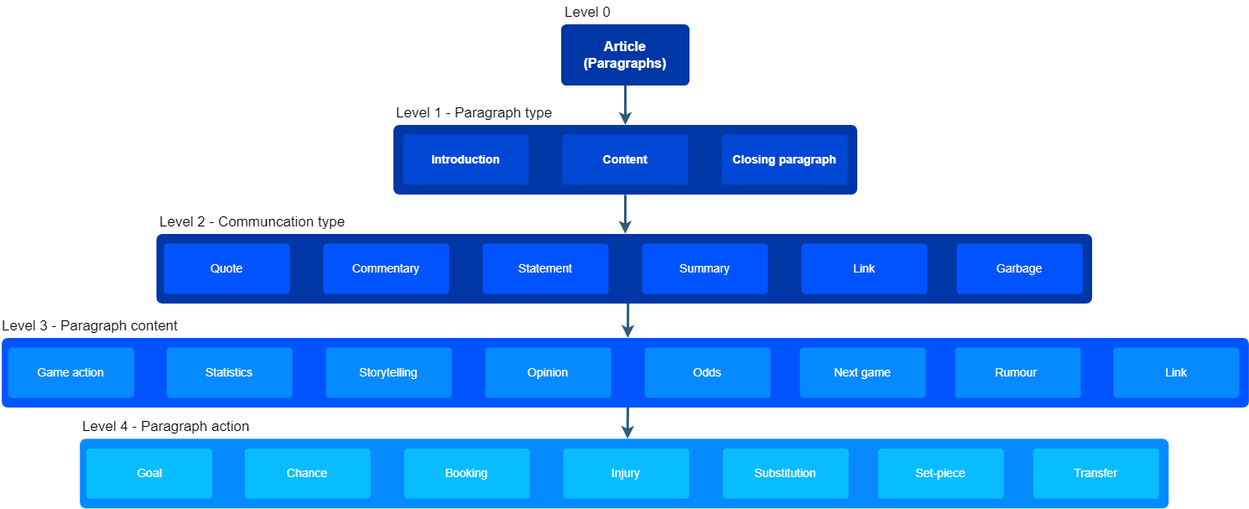
This is images/label_hierarchy.drawio.png from hellund/sports-article-classification, a draw.io export, as it was before one commit. Source tidied: cells renumbered, new cells last; positions are measured from the earlier drawing's top-left corner, leaving out a move shared by most shapes.
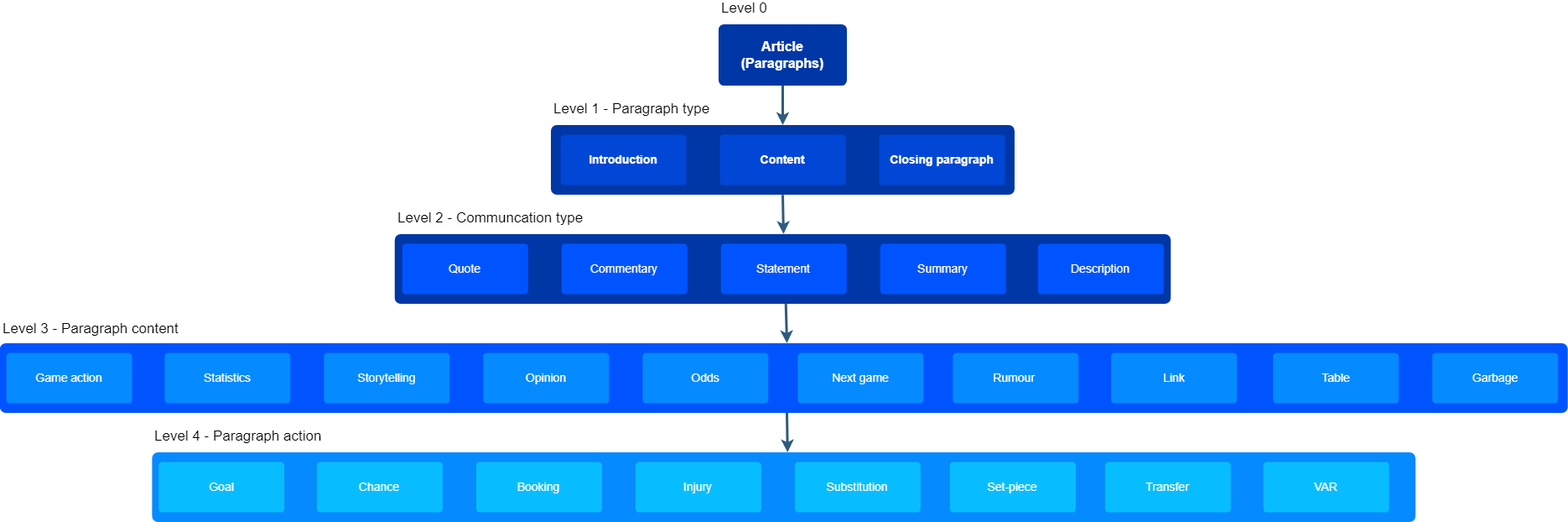
Later version of the same file.

What changed in the source:
```diff
@@ -3,7 +3,7 @@
     <mxCell id="0" />
     <mxCell id="1" parent="0" />
     <mxCell id="2" style="rounded=1;whiteSpace=wrap;html=1;shadow=0;labelBackgroundColor=none;strokeColor=#0037A6;strokeWidth=3;fillColor=#0037A6;fontFamily=Helvetica;fontSize=14;align=center;spacing=5;fontStyle=1;arcSize=7;perimeterSpacing=2;fontColor=#ffffff;" parent="1" vertex="1">
-      <mxGeometry x="187.5" y="280" width="1112.5" height="80" as="geometry" />
+      <mxGeometry x="283.8" y="280" width="922.5" height="80" as="geometry" />
     </mxCell>
     <mxCell id="3" style="rounded=1;whiteSpace=wrap;html=1;shadow=0;labelBackgroundColor=none;strokeColor=#0037A6;strokeWidth=3;fillColor=#0037A6;fontFamily=Helvetica;fontSize=14;align=center;spacing=5;fontStyle=1;arcSize=7;perimeterSpacing=2;fontColor=#ffffff;" parent="1" vertex="1">
       <mxGeometry x="470" y="150" width="550" height="80" as="geometry" />
@@ -23,98 +23,104 @@
     <mxCell id="8" style="edgeStyle=none;rounded=0;jumpStyle=none;html=1;shadow=0;labelBackgroundColor=none;startArrow=none;startFill=0;endArrow=classic;endFill=1;jettySize=auto;strokeColor=#2F5B7C;strokeWidth=3;fontFamily=Helvetica;fontSize=16;fontColor=#23445D;spacing=5;exitX=0.5;exitY=0.99;exitDx=0;exitDy=0;entryX=0.5;entryY=0.006;entryDx=0;entryDy=0;entryPerimeter=0;exitPerimeter=0;" parent="1" edge="1" source="4" target="3">
       <mxGeometry relative="1" as="geometry" />
     </mxCell>
-    <mxCell id="9" value="Garbage" style="rounded=1;whiteSpace=wrap;html=1;shadow=0;labelBackgroundColor=none;strokeColor=none;strokeWidth=3;fillColor=#0054FF;fontFamily=Helvetica;fontSize=14;fontColor=#FFFFFF;align=center;spacing=5;arcSize=7;perimeterSpacing=2;" parent="1" vertex="1">
-      <mxGeometry x="1140" y="290" width="150" height="60" as="geometry" />
-    </mxCell>
     <mxCell id="10" value="Statement" style="rounded=1;whiteSpace=wrap;html=1;shadow=0;labelBackgroundColor=none;strokeColor=none;strokeWidth=3;fillColor=#0054FF;fontFamily=Helvetica;fontSize=14;fontColor=#FFFFFF;align=center;spacing=5;arcSize=7;perimeterSpacing=2;" parent="1" vertex="1">
-      <mxGeometry x="575" y="290" width="150" height="60" as="geometry" />
+      <mxGeometry x="671.2" y="290" width="150" height="60" as="geometry" />
     </mxCell>
     <mxCell id="11" value="Commentary" style="rounded=1;whiteSpace=wrap;html=1;shadow=0;labelBackgroundColor=none;strokeColor=none;strokeWidth=3;fillColor=#0054FF;fontFamily=Helvetica;fontSize=14;fontColor=#FFFFFF;align=center;spacing=5;arcSize=7;perimeterSpacing=2;" parent="1" vertex="1">
-      <mxGeometry x="385" y="290" width="150" height="60" as="geometry" />
+      <mxGeometry x="481.2" y="290" width="150" height="60" as="geometry" />
     </mxCell>
     <mxCell id="12" value="Quote" style="rounded=1;whiteSpace=wrap;html=1;shadow=0;labelBackgroundColor=none;strokeColor=none;strokeWidth=3;fillColor=#0054FF;fontFamily=Helvetica;fontSize=14;fontColor=#FFFFFF;align=center;spacing=5;arcSize=7;perimeterSpacing=2;" parent="1" vertex="1">
-      <mxGeometry x="195" y="290" width="150" height="60" as="geometry" />
+      <mxGeometry x="291.2" y="290" width="150" height="60" as="geometry" />
     </mxCell>
-    <mxCell id="13" value="Link" style="rounded=1;whiteSpace=wrap;html=1;shadow=0;labelBackgroundColor=none;strokeColor=none;strokeWidth=3;fillColor=#0054FF;fontFamily=Helvetica;fontSize=14;fontColor=#FFFFFF;align=center;spacing=5;arcSize=7;perimeterSpacing=2;" parent="1" vertex="1">
-      <mxGeometry x="955" y="290" width="150" height="60" as="geometry" />
-    </mxCell>
     <mxCell id="14" value="Summary" style="rounded=1;whiteSpace=wrap;html=1;shadow=0;labelBackgroundColor=none;strokeColor=none;strokeWidth=3;fillColor=#0054FF;fontFamily=Helvetica;fontSize=14;fontColor=#FFFFFF;align=center;spacing=5;arcSize=7;perimeterSpacing=2;" parent="1" vertex="1">
-      <mxGeometry x="765" y="290" width="150" height="60" as="geometry" />
+      <mxGeometry x="861.2" y="290" width="150" height="60" as="geometry" />
     </mxCell>
     <mxCell id="15" style="edgeStyle=none;rounded=0;jumpStyle=none;html=1;shadow=0;labelBackgroundColor=none;startArrow=none;startFill=0;endArrow=classic;endFill=1;jettySize=auto;strokeColor=#2F5B7C;strokeWidth=3;fontFamily=Helvetica;fontSize=14;fontColor=#FFFFFF;spacing=5;entryX=0.501;entryY=0.003;entryDx=0;entryDy=0;entryPerimeter=0;exitX=0.5;exitY=0.996;exitDx=0;exitDy=0;exitPerimeter=0;" parent="1" edge="1" source="3" target="2">
       <mxGeometry relative="1" as="geometry" />
     </mxCell>
     <mxCell id="16" style="rounded=1;whiteSpace=wrap;html=1;shadow=0;labelBackgroundColor=none;strokeColor=#0054ff;strokeWidth=3;fillColor=#0054ff;fontFamily=Helvetica;fontSize=14;align=center;spacing=5;fontStyle=1;arcSize=7;perimeterSpacing=2;fontColor=#ffffff;" parent="1" vertex="1">
-      <mxGeometry x="3.1" y="404" width="1483.8" height="80" as="geometry" />
+      <mxGeometry x="-187.2" y="410" width="1866.9" height="80" as="geometry" />
     </mxCell>
     <mxCell id="17" value="Next game" style="rounded=1;whiteSpace=wrap;html=1;shadow=0;labelBackgroundColor=none;strokeColor=none;strokeWidth=3;fillColor=#058AFF;fontFamily=Helvetica;fontSize=14;fontColor=#FFFFFF;align=center;spacing=5;arcSize=7;perimeterSpacing=2;" parent="1" vertex="1">
-      <mxGeometry x="953.1" y="414" width="150" height="60" as="geometry" />
+      <mxGeometry x="762.8" y="420" width="150" height="60" as="geometry" />
     </mxCell>
     <mxCell id="18" value="Storytelling" style="rounded=1;whiteSpace=wrap;html=1;shadow=0;labelBackgroundColor=none;strokeColor=none;strokeWidth=3;fillColor=#058AFF;fontFamily=Helvetica;fontSize=14;fontColor=#FFFFFF;align=center;spacing=5;arcSize=7;perimeterSpacing=2;" parent="1" vertex="1">
-      <mxGeometry x="388.1" y="414" width="150" height="60" as="geometry" />
+      <mxGeometry x="197.8" y="420" width="150" height="60" as="geometry" />
     </mxCell>
     <mxCell id="19" value="Statistics" style="rounded=1;whiteSpace=wrap;html=1;shadow=0;labelBackgroundColor=none;strokeColor=none;strokeWidth=3;fillColor=#058AFF;fontFamily=Helvetica;fontSize=14;fontColor=#FFFFFF;align=center;spacing=5;arcSize=7;perimeterSpacing=2;" parent="1" vertex="1">
-      <mxGeometry x="198.1" y="414" width="150" height="60" as="geometry" />
+      <mxGeometry x="7.8" y="420" width="150" height="60" as="geometry" />
     </mxCell>
     <mxCell id="20" value="Game action" style="rounded=1;whiteSpace=wrap;html=1;shadow=0;labelBackgroundColor=none;strokeColor=none;strokeWidth=3;fillColor=#058AFF;fontFamily=Helvetica;fontSize=14;fontColor=#FFFFFF;align=center;spacing=5;arcSize=7;perimeterSpacing=2;" parent="1" vertex="1">
-      <mxGeometry x="9.4" y="414" width="150" height="60" as="geometry" />
+      <mxGeometry x="-180.9" y="420" width="150" height="60" as="geometry" />
     </mxCell>
     <mxCell id="21" value="Odds" style="rounded=1;whiteSpace=wrap;html=1;shadow=0;labelBackgroundColor=none;strokeColor=none;strokeWidth=3;fillColor=#058AFF;fontFamily=Helvetica;fontSize=14;fontColor=#FFFFFF;align=center;spacing=5;arcSize=7;perimeterSpacing=2;" parent="1" vertex="1">
-      <mxGeometry x="768.1" y="414" width="150" height="60" as="geometry" />
+      <mxGeometry x="577.8" y="420" width="150" height="60" as="geometry" />
     </mxCell>
     <mxCell id="22" value="Opinion" style="rounded=1;whiteSpace=wrap;html=1;shadow=0;labelBackgroundColor=none;strokeColor=none;strokeWidth=3;fillColor=#058AFF;fontFamily=Helvetica;fontSize=14;fontColor=#FFFFFF;align=center;spacing=5;arcSize=7;perimeterSpacing=2;" parent="1" vertex="1">
-      <mxGeometry x="578.1" y="414" width="150" height="60" as="geometry" />
+      <mxGeometry x="387.8" y="420" width="150" height="60" as="geometry" />
     </mxCell>
     <mxCell id="23" value="Rumour&amp;nbsp;" style="rounded=1;whiteSpace=wrap;html=1;shadow=0;labelBackgroundColor=none;strokeColor=none;strokeWidth=3;fillColor=#058AFF;fontFamily=Helvetica;fontSize=14;fontColor=#FFFFFF;align=center;spacing=5;arcSize=7;perimeterSpacing=2;" parent="1" vertex="1">
-      <mxGeometry x="1138.1" y="414" width="150" height="60" as="geometry" />
+      <mxGeometry x="947.8" y="420" width="150" height="60" as="geometry" />
     </mxCell>
     <mxCell id="24" style="rounded=1;whiteSpace=wrap;html=1;shadow=0;labelBackgroundColor=none;strokeColor=#058aff;strokeWidth=3;fillColor=#058AFF;fontFamily=Helvetica;fontSize=14;align=center;spacing=5;fontStyle=1;arcSize=7;perimeterSpacing=2;fontColor=#ffffff;" parent="1" vertex="1">
-      <mxGeometry x="96.2" y="524.3" width="1295" height="80" as="geometry" />
+      <mxGeometry x="-5.6" y="540" width="1503.8" height="80" as="geometry" />
     </mxCell>
     <mxCell id="25" value="Set-piece" style="rounded=1;whiteSpace=wrap;html=1;shadow=0;labelBackgroundColor=none;strokeColor=none;strokeWidth=3;fillColor=#08BDFF;fontFamily=Helvetica;fontSize=14;fontColor=#FFFFFF;align=center;spacing=5;arcSize=7;perimeterSpacing=2;" parent="1" vertex="1">
-      <mxGeometry x="1046.2" y="534.3" width="150" height="60" as="geometry" />
+      <mxGeometry x="944.4" y="550" width="150" height="60" as="geometry" />
     </mxCell>
     <mxCell id="26" value="Booking" style="rounded=1;whiteSpace=wrap;html=1;shadow=0;labelBackgroundColor=none;strokeColor=none;strokeWidth=3;fillColor=#08BDFF;fontFamily=Helvetica;fontSize=14;fontColor=#FFFFFF;align=center;spacing=5;arcSize=7;perimeterSpacing=2;" parent="1" vertex="1">
-      <mxGeometry x="481.2" y="534.3" width="150" height="60" as="geometry" />
+      <mxGeometry x="379.4" y="550" width="150" height="60" as="geometry" />
     </mxCell>
     <mxCell id="27" value="Chance" style="rounded=1;whiteSpace=wrap;html=1;shadow=0;labelBackgroundColor=none;strokeColor=none;strokeWidth=3;fillColor=#08BDFF;fontFamily=Helvetica;fontSize=14;fontColor=#FFFFFF;align=center;spacing=5;arcSize=7;perimeterSpacing=2;" parent="1" vertex="1">
-      <mxGeometry x="291.2" y="534.3" width="150" height="60" as="geometry" />
+      <mxGeometry x="189.4" y="550" width="150" height="60" as="geometry" />
     </mxCell>
     <mxCell id="28" value="Goal" style="rounded=1;whiteSpace=wrap;html=1;shadow=0;labelBackgroundColor=none;strokeColor=none;strokeWidth=3;fillColor=#08BDFF;fontFamily=Helvetica;fontSize=14;fontColor=#FFFFFF;align=center;spacing=5;arcSize=7;perimeterSpacing=2;" parent="1" vertex="1">
-      <mxGeometry x="102.5" y="534.3" width="150" height="60" as="geometry" />
+      <mxGeometry x="0.6" y="550" width="150" height="60" as="geometry" />
     </mxCell>
     <mxCell id="29" value="Substitution" style="rounded=1;whiteSpace=wrap;html=1;shadow=0;labelBackgroundColor=none;strokeColor=none;strokeWidth=3;fillColor=#08BDFF;fontFamily=Helvetica;fontSize=14;fontColor=#FFFFFF;align=center;spacing=5;arcSize=7;perimeterSpacing=2;" parent="1" vertex="1">
-      <mxGeometry x="861.2" y="534.3" width="150" height="60" as="geometry" />
+      <mxGeometry x="759.4" y="550" width="150" height="60" as="geometry" />
     </mxCell>
     <mxCell id="30" value="Injury" style="rounded=1;whiteSpace=wrap;html=1;shadow=0;labelBackgroundColor=none;strokeColor=none;strokeWidth=3;fillColor=#08BDFF;fontFamily=Helvetica;fontSize=14;fontColor=#FFFFFF;align=center;spacing=5;arcSize=7;perimeterSpacing=2;" parent="1" vertex="1">
-      <mxGeometry x="671.2" y="534.3" width="150" height="60" as="geometry" />
+      <mxGeometry x="569.4" y="550" width="150" height="60" as="geometry" />
     </mxCell>
     <mxCell id="31" value="Transfer" style="rounded=1;whiteSpace=wrap;html=1;shadow=0;labelBackgroundColor=none;strokeColor=none;strokeWidth=3;fillColor=#08BDFF;fontFamily=Helvetica;fontSize=14;fontColor=#FFFFFF;align=center;spacing=5;arcSize=7;perimeterSpacing=2;" parent="1" vertex="1">
-      <mxGeometry x="1231.2" y="534.3" width="150" height="60" as="geometry" />
+      <mxGeometry x="1129.4" y="550" width="150" height="60" as="geometry" />
     </mxCell>
     <mxCell id="32" style="edgeStyle=none;rounded=0;jumpStyle=none;html=1;shadow=0;labelBackgroundColor=none;startArrow=none;startFill=0;endArrow=classic;endFill=1;jettySize=auto;strokeColor=#2F5B7C;strokeWidth=3;fontFamily=Helvetica;fontSize=14;fontColor=#FFFFFF;spacing=5;entryX=0.503;entryY=0.005;entryDx=0;entryDy=0;exitX=0.502;exitY=0.993;exitDx=0;exitDy=0;exitPerimeter=0;entryPerimeter=0;" parent="1" edge="1" source="16" target="24">
       <mxGeometry relative="1" as="geometry" />
     </mxCell>
     <mxCell id="33" value="Link" style="rounded=1;whiteSpace=wrap;html=1;shadow=0;labelBackgroundColor=none;strokeColor=none;strokeWidth=3;fillColor=#058AFF;fontFamily=Helvetica;fontSize=14;fontColor=#FFFFFF;align=center;spacing=5;arcSize=7;perimeterSpacing=2;" parent="1" vertex="1">
-      <mxGeometry x="1326.9" y="414" width="150" height="60" as="geometry" />
+      <mxGeometry x="1136.6" y="420" width="150" height="60" as="geometry" />
     </mxCell>
     <mxCell id="34" style="edgeStyle=none;rounded=0;jumpStyle=none;html=1;shadow=0;labelBackgroundColor=none;startArrow=none;startFill=0;endArrow=classic;endFill=1;jettySize=auto;strokeColor=#2F5B7C;strokeWidth=3;fontFamily=Helvetica;fontSize=14;fontColor=#FFFFFF;spacing=5;entryX=0.502;entryY=0.005;entryDx=0;entryDy=0;entryPerimeter=0;exitX=0.504;exitY=0.992;exitDx=0;exitDy=0;exitPerimeter=0;" parent="1" edge="1" source="2" target="16">
       <mxGeometry relative="1" as="geometry" />
     </mxCell>
-    <mxCell id="35" value="&lt;font style=&quot;font-size: 17px&quot;&gt;Level 0&lt;/font&gt;" style="text;html=1;strokeColor=none;fillColor=none;align=left;verticalAlign=middle;whiteSpace=wrap;rounded=0;" parent="1" vertex="1">
-      <mxGeometry x="671.2" width="60" height="30" as="geometry" />
+    <mxCell id="35" value="&lt;font style=&quot;font-size: 17px&quot;&gt;Level 0&lt;/font&gt;" style="text;html=1;strokeColor=none;fillColor=default;align=left;verticalAlign=middle;whiteSpace=wrap;rounded=1;labelBorderColor=none;shadow=0;sketch=0;strokeWidth=1;glass=0;perimeterSpacing=0;" parent="1" vertex="1">
+      <mxGeometry x="670" width="60" height="20" as="geometry" />
     </mxCell>
-    <mxCell id="36" value="&lt;font style=&quot;font-size: 17px&quot;&gt;Level 1 - Paragraph type&lt;/font&gt;" style="text;html=1;strokeColor=none;fillColor=none;align=left;verticalAlign=middle;whiteSpace=wrap;rounded=0;" parent="1" vertex="1">
-      <mxGeometry x="470" y="120" width="190" height="30" as="geometry" />
+    <mxCell id="36" value="&lt;font style=&quot;font-size: 17px&quot;&gt;Level 1 - Paragraph type&lt;/font&gt;" style="text;html=1;strokeColor=none;fillColor=default;align=left;verticalAlign=middle;whiteSpace=wrap;rounded=1;labelBorderColor=none;shadow=0;sketch=0;strokeWidth=1;glass=0;perimeterSpacing=0;" parent="1" vertex="1">
+      <mxGeometry x="470" y="120" width="190" height="20" as="geometry" />
     </mxCell>
-    <mxCell id="37" value="&lt;font style=&quot;font-size: 17px&quot;&gt;Level 2 - Communcation type&lt;/font&gt;" style="text;html=1;strokeColor=none;fillColor=none;align=left;verticalAlign=middle;whiteSpace=wrap;rounded=0;" parent="1" vertex="1">
-      <mxGeometry x="187.5" y="250" width="232.5" height="30" as="geometry" />
+    <mxCell id="37" value="&lt;font style=&quot;font-size: 17px&quot;&gt;Level 2 - Communcation type&lt;/font&gt;" style="text;html=1;strokeColor=none;fillColor=default;align=left;verticalAlign=middle;whiteSpace=wrap;rounded=1;labelBorderColor=none;shadow=0;sketch=0;strokeWidth=1;glass=0;perimeterSpacing=0;" parent="1" vertex="1">
+      <mxGeometry x="283.8" y="250" width="226.2" height="20" as="geometry" />
     </mxCell>
-    <mxCell id="38" value="&lt;font style=&quot;font-size: 17px&quot;&gt;Level 3 - Paragraph content&lt;/font&gt;" style="text;html=1;strokeColor=none;fillColor=none;align=left;verticalAlign=middle;whiteSpace=wrap;rounded=0;" parent="1" vertex="1">
-      <mxGeometry y="374" width="240" height="30" as="geometry" />
+    <mxCell id="38" value="&lt;font style=&quot;font-size: 17px&quot;&gt;Level 3 - Paragraph content&lt;/font&gt;" style="text;html=1;strokeColor=none;fillColor=default;align=left;verticalAlign=middle;whiteSpace=wrap;rounded=1;labelBorderColor=none;shadow=0;sketch=0;strokeWidth=1;glass=0;perimeterSpacing=0;" parent="1" vertex="1">
+      <mxGeometry x="-187.2" y="380" width="217.2" height="24" as="geometry" />
     </mxCell>
-    <mxCell id="39" value="&lt;font style=&quot;font-size: 17px&quot;&gt;Level 4 - Paragraph action&lt;/font&gt;" style="text;html=1;strokeColor=none;fillColor=none;align=left;verticalAlign=middle;whiteSpace=wrap;rounded=0;" parent="1" vertex="1">
-      <mxGeometry x="96.2" y="494.3" width="263.8" height="30" as="geometry" />
+    <mxCell id="39" value="&lt;font style=&quot;font-size: 17px&quot;&gt;Level 4 - Paragraph action&lt;/font&gt;" style="text;html=1;strokeColor=none;fillColor=default;align=left;verticalAlign=middle;whiteSpace=wrap;rounded=1;labelBorderColor=none;shadow=0;sketch=0;strokeWidth=1;glass=0;perimeterSpacing=0;" parent="1" vertex="1">
+      <mxGeometry x="-5.6" y="510" width="205.6" height="20" as="geometry" />
     </mxCell>
+    <mxCell id="40" value="Table" style="rounded=1;whiteSpace=wrap;html=1;shadow=0;labelBackgroundColor=none;strokeColor=none;strokeWidth=3;fillColor=#058AFF;fontFamily=Helvetica;fontSize=14;fontColor=#FFFFFF;align=center;spacing=5;arcSize=7;perimeterSpacing=2;" parent="1" vertex="1">
+      <mxGeometry x="1329.7" y="420" width="150" height="60" as="geometry" />
+    </mxCell>
+    <mxCell id="41" value="VAR" style="rounded=1;whiteSpace=wrap;html=1;shadow=0;labelBackgroundColor=none;strokeColor=none;strokeWidth=3;fillColor=#08BDFF;fontFamily=Helvetica;fontSize=14;fontColor=#FFFFFF;align=center;spacing=5;arcSize=7;perimeterSpacing=2;" parent="1" vertex="1">
+      <mxGeometry x="1318.1" y="550" width="150" height="60" as="geometry" />
+    </mxCell>
+    <mxCell id="9" value="Garbage" style="rounded=1;whiteSpace=wrap;html=1;shadow=0;labelBackgroundColor=none;strokeColor=none;strokeWidth=3;fillColor=#058AFF;fontFamily=Helvetica;fontSize=14;fontColor=#FFFFFF;align=center;spacing=5;arcSize=7;perimeterSpacing=2;" parent="1" vertex="1">
+      <mxGeometry x="1519.7" y="420" width="150" height="60" as="geometry" />
+    </mxCell>
+    <mxCell id="42" value="Description" style="rounded=1;whiteSpace=wrap;html=1;shadow=0;labelBackgroundColor=none;strokeColor=none;strokeWidth=3;fillColor=#0054FF;fontFamily=Helvetica;fontSize=14;fontColor=#FFFFFF;align=center;spacing=5;arcSize=7;perimeterSpacing=2;" parent="1" vertex="1">
+      <mxGeometry x="1049.4" y="290" width="150" height="60" as="geometry" />
+    </mxCell>
   </root>
 </mxGraphModel>
```
